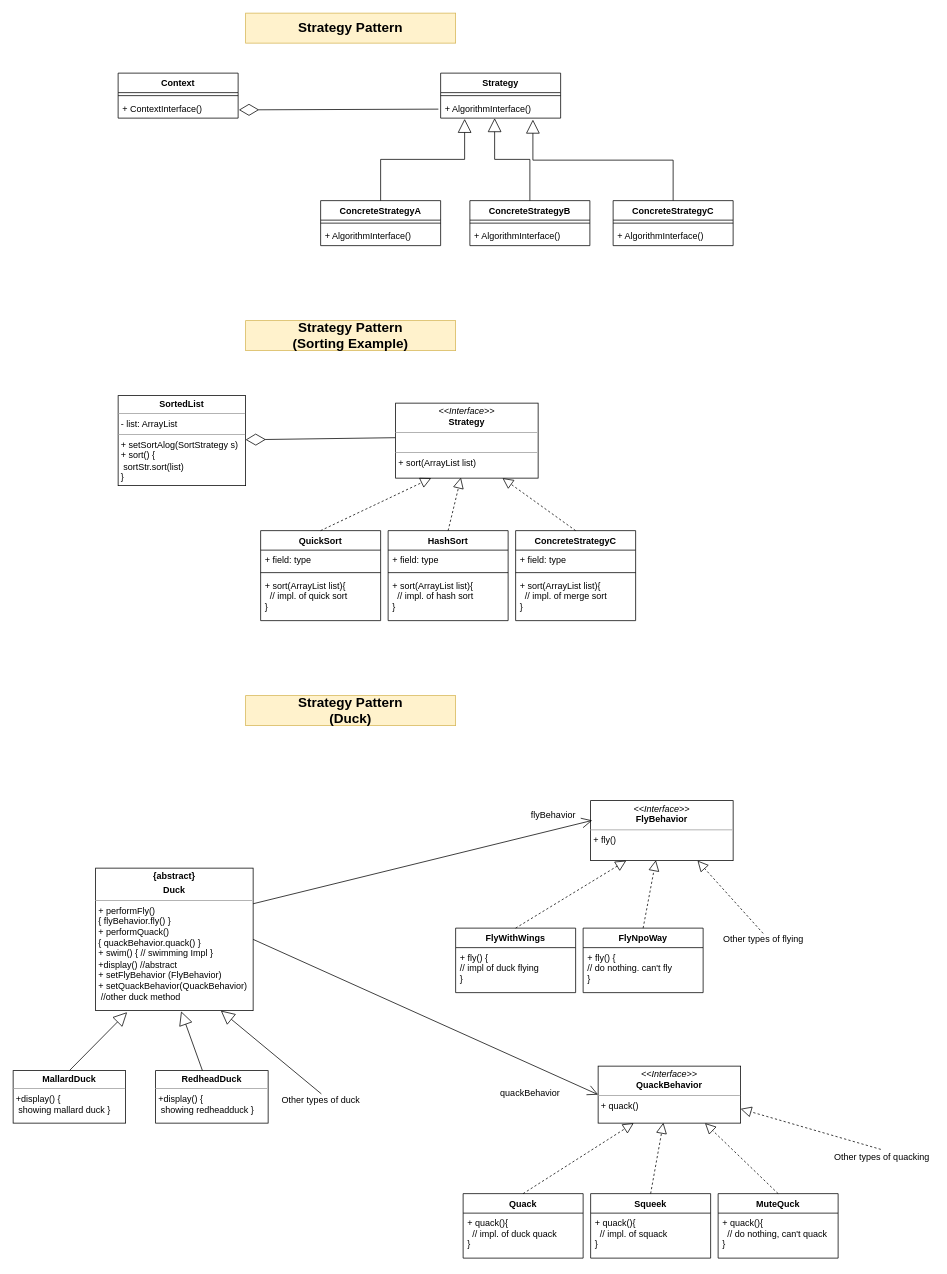
Before: Design Pattern/Behavioral_Pattern/Strategy_Pattern.drawio in ballantine04/ballantine04, a draw.io diagram. Source tidied: cells renumbered, new cells numbered last; positions are measured from the earlier drawing's top-left corner, leaving out a move shared by most shapes. Both pictures are drawn from the tidied source at 75%, with x=0, y=0 at pixel (13, 13).
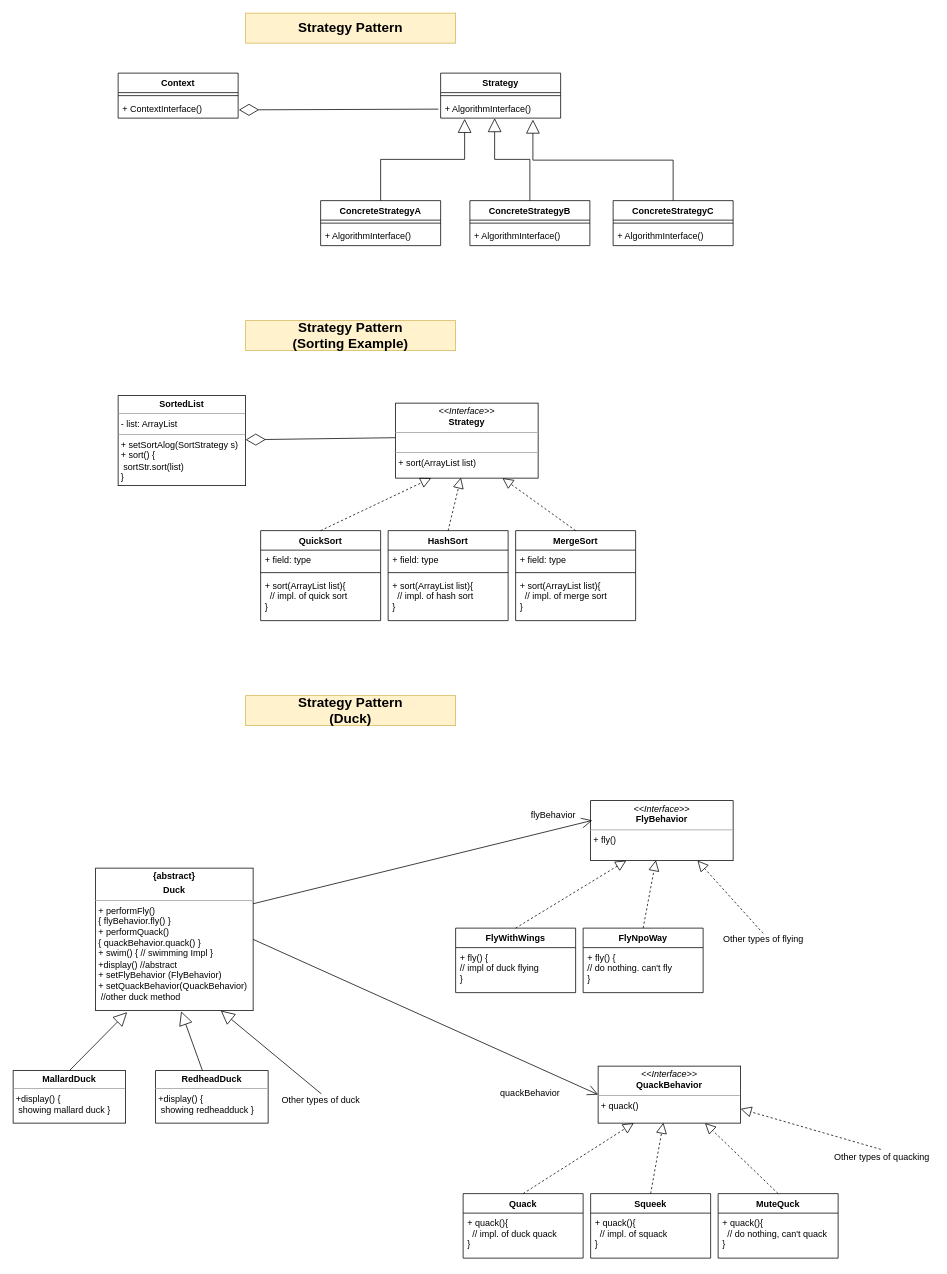
Above is the later version.

What changed in the source:
```diff
@@
-    <mxCell id="12" value="ConcreteStrategyC" style="swimlane;fontStyle=1;align=center;verticalAlign=top;horizontal=1;startSize=26;" parent="1" vertex="1">
+    <mxCell id="12" value="MergeSort" style="swimlane;fontStyle=1;align=center;verticalAlign=top;horizontal=1;startSize=26;" parent="1" vertex="1">
       <mxGeometry x="670" y="690" width="160" height="120" as="geometry" />
     </mxCell>
```
